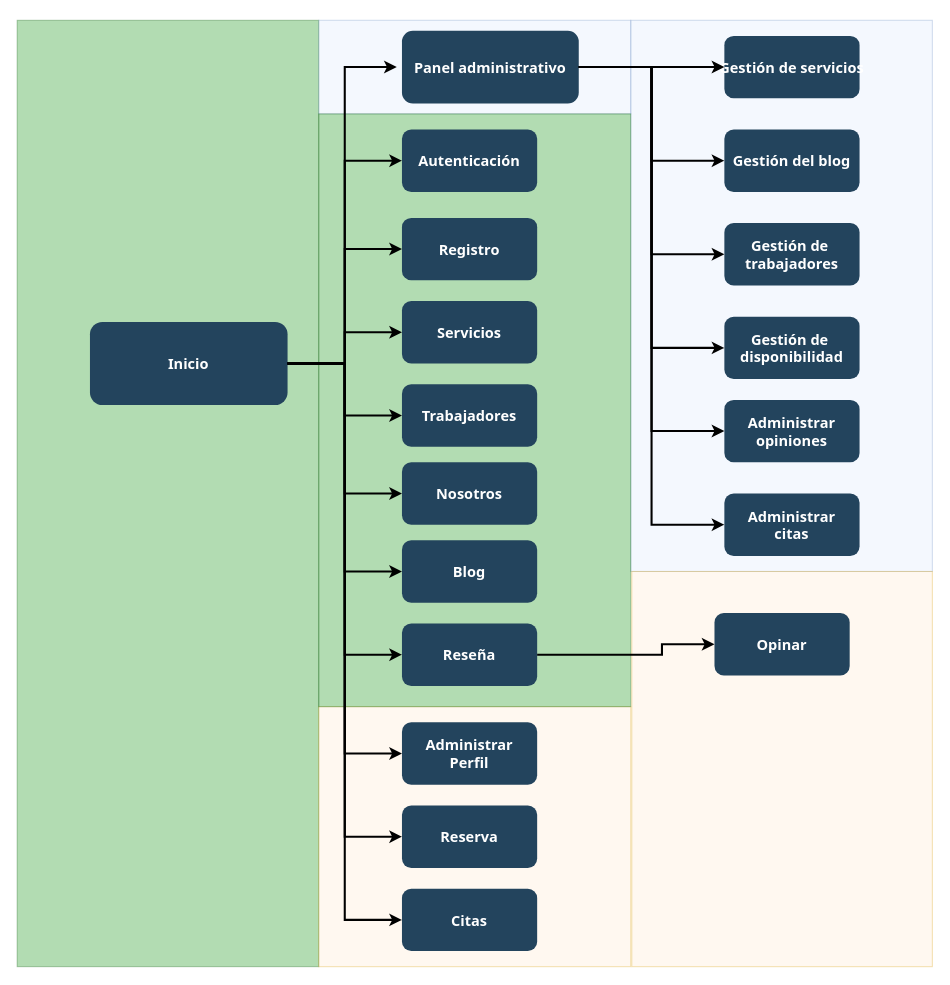
Above: Untitled Diagram.drawio in carterror/citalegal-transconsul (draw.io), before the change. Source tidied: cells renumbered, new cells numbered last; positions are measured from the earlier drawing's top-left corner, leaving out a move shared by most shapes. Both pictures are drawn from the tidied source at 104%, with x=0, y=0 at pixel (17, 20).
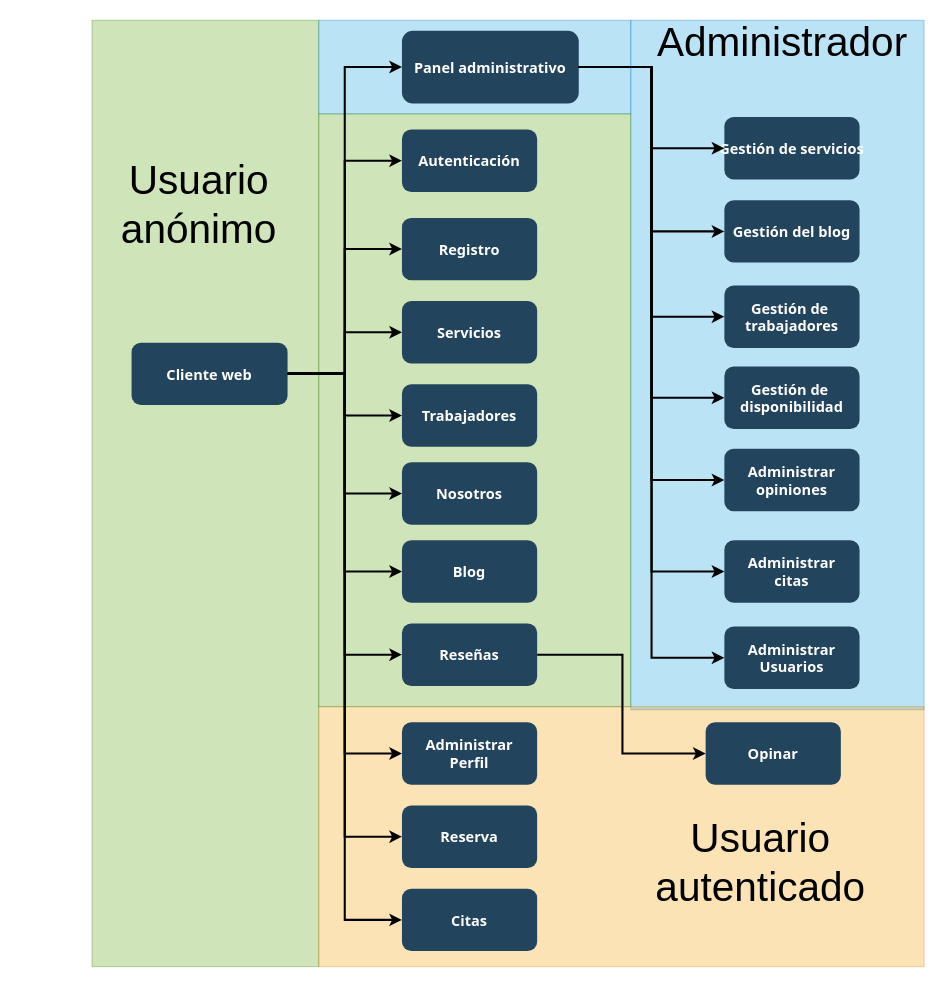
After the change.

Unchanged cells that the change refers to:
```xml
<mxCell id="8" value="Panel administrativo" style="rounded=1;fillColor=#23445D;gradientColor=none;strokeColor=none;fontColor=#FFFFFF;fontStyle=1;fontFamily=Tahoma;fontSize=14;" parent="1" vertex="1">
  <mxGeometry x="370" y="10" width="170" height="70" as="geometry" />
</mxCell>
```

What changed in the source:
```diff
@@
-    <mxCell id="2" style="fillColor=#008a00;strokeColor=#005700;opacity=30;fontColor=#ffffff;" parent="1" vertex="1">
-      <mxGeometry width="290" height="910" as="geometry" />
+    <mxCell id="2" style="fillColor=#60a917;strokeColor=#2D7600;opacity=30;fontColor=#ffffff;" parent="1" vertex="1">
+      <mxGeometry x="72" width="218" height="910" as="geometry" />
     </mxCell>
-    <mxCell id="3" style="fillColor=#dae8fc;strokeColor=#6c8ebf;opacity=30;" parent="1" vertex="1">
-      <mxGeometry x="590" width="290" height="530" as="geometry" />
+    <mxCell id="3" style="fillColor=#1ba1e2;strokeColor=#006EAF;opacity=30;fontColor=#ffffff;" parent="1" vertex="1">
+      <mxGeometry x="590" width="282" height="663" as="geometry" />
     </mxCell>
-    <mxCell id="4" style="fillColor=#dae8fc;strokeColor=#6c8ebf;opacity=30;" parent="1" vertex="1">
+    <mxCell id="4" style="fillColor=#1ba1e2;strokeColor=#006EAF;opacity=30;fontColor=#ffffff;" parent="1" vertex="1">
       <mxGeometry x="290" width="300" height="90" as="geometry" />
     </mxCell>
-    <mxCell id="5" style="fillColor=#ffe6cc;strokeColor=#d79b00;opacity=30;" parent="1" vertex="1">
-      <mxGeometry x="290" y="660" width="300" height="250" as="geometry" />
+    <mxCell id="5" style="fillColor=#f0a30a;strokeColor=#BD7000;opacity=30;fontColor=#000000;" parent="1" vertex="1">
+      <mxGeometry x="290" y="660" width="582" height="250" as="geometry" />
     </mxCell>
-    <mxCell id="6" style="fillColor=#008a00;strokeColor=#005700;opacity=30;fontColor=#ffffff;" parent="1" vertex="1">
+    <mxCell id="6" style="fillColor=#60a917;strokeColor=#2D7600;opacity=30;fontColor=#ffffff;" parent="1" vertex="1">
       <mxGeometry x="290" y="90" width="300" height="570" as="geometry" />
     </mxCell>
-    <mxCell id="7" value="Inicio" style="rounded=1;fillColor=#23445D;gradientColor=none;strokeColor=none;fontColor=#FFFFFF;fontStyle=1;fontFamily=Tahoma;fontSize=14;" parent="1" vertex="1">
-      <mxGeometry x="70" y="290" width="190" height="80" as="geometry" />
+    <mxCell id="7" value="Cliente web" style="rounded=1;fillColor=#23445D;gradientColor=none;strokeColor=none;fontColor=#FFFFFF;fontStyle=1;fontFamily=Tahoma;fontSize=14;" parent="1" vertex="1">
+      <mxGeometry x="110" y="310" width="150" height="60" as="geometry" />
     </mxCell>
@@
-    <mxCell id="27" style="edgeStyle=elbowEdgeStyle;strokeWidth=2;rounded=0;exitX=1;exitY=0.5;exitDx=0;exitDy=0;entryX=0;entryY=0.5;entryDx=0;entryDy=0;" parent="1" edge="1" source="7">
+    <mxCell id="27" style="edgeStyle=elbowEdgeStyle;strokeWidth=2;rounded=0;exitX=1;exitY=0.5;exitDx=0;exitDy=0;entryX=0;entryY=0.5;entryDx=0;entryDy=0;" parent="1" edge="1" source="7" target="8">
       <mxGeometry x="347" y="225.5" as="geometry">
-        <mxPoint x="365" y="45" as="targetPoint" />
         <Array as="points">
           <mxPoint x="315" y="190" />
         </Array>
       </mxGeometry>
     </mxCell>
     <mxCell id="28" value="Gestión de &#10;trabajadores" style="rounded=1;fillColor=#23445D;gradientColor=none;strokeColor=none;fontColor=#FFFFFF;fontStyle=1;fontFamily=Tahoma;fontSize=14;" parent="1" vertex="1">
-      <mxGeometry x="680" y="195" width="130" height="60" as="geometry" />
+      <mxGeometry x="680" y="255" width="130" height="60" as="geometry" />
     </mxCell>
     <mxCell id="29" value="Gestión del blog" style="rounded=1;fillColor=#23445D;gradientColor=none;strokeColor=none;fontColor=#FFFFFF;fontStyle=1;fontFamily=Tahoma;fontSize=14;" parent="1" vertex="1">
-      <mxGeometry x="680" y="105" width="130" height="60" as="geometry" />
+      <mxGeometry x="680" y="173" width="130" height="60" as="geometry" />
     </mxCell>
     <mxCell id="30" value="Gestión de servicios" style="rounded=1;fillColor=#23445D;gradientColor=none;strokeColor=none;fontColor=#FFFFFF;fontStyle=1;fontFamily=Tahoma;fontSize=14;" parent="1" vertex="1">
-      <mxGeometry x="680" y="15" width="130" height="60" as="geometry" />
+      <mxGeometry x="680" y="93" width="130" height="60" as="geometry" />
     </mxCell>
     <mxCell id="31" value="Gestión de &#10;disponibilidad" style="rounded=1;fillColor=#23445D;gradientColor=none;strokeColor=none;fontColor=#FFFFFF;fontStyle=1;fontFamily=Tahoma;fontSize=14;" parent="1" vertex="1">
-      <mxGeometry x="680" y="285" width="130" height="60" as="geometry" />
+      <mxGeometry x="680" y="333" width="130" height="60" as="geometry" />
     </mxCell>
@@
     <mxCell id="37" value="Administrar&#10;opiniones" style="rounded=1;fillColor=#23445D;gradientColor=none;strokeColor=none;fontColor=#FFFFFF;fontStyle=1;fontFamily=Tahoma;fontSize=14;" parent="1" vertex="1">
-      <mxGeometry x="680" y="365" width="130" height="60" as="geometry" />
+      <mxGeometry x="680" y="412" width="130" height="60" as="geometry" />
     </mxCell>
     <mxCell id="38" value="Administrar&#10;citas" style="rounded=1;fillColor=#23445D;gradientColor=none;strokeColor=none;fontColor=#FFFFFF;fontStyle=1;fontFamily=Tahoma;fontSize=14;" parent="1" vertex="1">
-      <mxGeometry x="680" y="455" width="130" height="60" as="geometry" />
+      <mxGeometry x="680" y="500" width="130" height="60" as="geometry" />
     </mxCell>
@@
-    <mxCell id="40" style="fillColor=#ffe6cc;strokeColor=#d79b00;opacity=30;" parent="1" vertex="1">
-      <mxGeometry x="591" y="530" width="289" height="380" as="geometry" />
-    </mxCell>
-    <mxCell id="41" value="Reseña" style="rounded=1;fillColor=#23445D;gradientColor=none;strokeColor=none;fontColor=#FFFFFF;fontStyle=1;fontFamily=Tahoma;fontSize=14;" parent="1" vertex="1">
+    <mxCell id="41" value="Reseñas" style="rounded=1;fillColor=#23445D;gradientColor=none;strokeColor=none;fontColor=#FFFFFF;fontStyle=1;fontFamily=Tahoma;fontSize=14;" parent="1" vertex="1">
       <mxGeometry x="370" y="580" width="130" height="60" as="geometry" />
     </mxCell>
@@
     <mxCell id="43" value="Opinar" style="rounded=1;fillColor=#23445D;gradientColor=none;strokeColor=none;fontColor=#FFFFFF;fontStyle=1;fontFamily=Tahoma;fontSize=14;" parent="1" vertex="1">
-      <mxGeometry x="670.5" y="570" width="130" height="60" as="geometry" />
+      <mxGeometry x="662" y="675" width="130" height="60" as="geometry" />
     </mxCell>
     <mxCell id="44" style="edgeStyle=elbowEdgeStyle;strokeWidth=2;rounded=0;exitX=1;exitY=0.5;exitDx=0;exitDy=0;entryX=0;entryY=0.5;entryDx=0;entryDy=0;" parent="1" edge="1" source="41" target="43">
       <mxGeometry x="347" y="225.5" as="geometry">
         <Array as="points">
-          <mxPoint x="620" y="570" />
+          <mxPoint x="582" y="693" />
         </Array>
       </mxGeometry>
     </mxCell>
+    <mxCell id="45" value="Administrar&#10;Usuarios" style="rounded=1;fillColor=#23445D;gradientColor=none;strokeColor=none;fontColor=#FFFFFF;fontStyle=1;fontFamily=Tahoma;fontSize=14;" parent="1" vertex="1">
+      <mxGeometry x="680" y="583" width="130" height="60" as="geometry" />
+    </mxCell>
+    <mxCell id="46" style="edgeStyle=elbowEdgeStyle;strokeWidth=2;rounded=0;exitX=1;exitY=0.5;exitDx=0;exitDy=0;entryX=0;entryY=0.5;entryDx=0;entryDy=0;" parent="1" edge="1" source="8" target="45">
+      <mxGeometry x="347" y="225.5" as="geometry" />
+    </mxCell>
+    <mxCell id="47" value="Usuario anónimo" style="text;html=1;align=center;verticalAlign=middle;whiteSpace=wrap;rounded=0;horizontal=1;fontSize=39;fontStyle=0;" parent="1" vertex="1">
+      <mxGeometry x="90" y="123" width="170" height="110" as="geometry" />
+    </mxCell>
+    <mxCell id="48" value="Administrador" style="text;html=1;align=center;verticalAlign=middle;whiteSpace=wrap;rounded=0;horizontal=1;fontSize=39;fontStyle=0;" parent="1" vertex="1">
+      <mxGeometry x="600" width="272" height="43" as="geometry" />
+    </mxCell>
+    <mxCell id="49" value="Usuario autenticado" style="text;html=1;align=center;verticalAlign=middle;whiteSpace=wrap;rounded=0;horizontal=1;fontSize=39;fontStyle=0;" parent="1" vertex="1">
+      <mxGeometry x="600" y="755" width="230" height="110" as="geometry" />
+    </mxCell>
```
